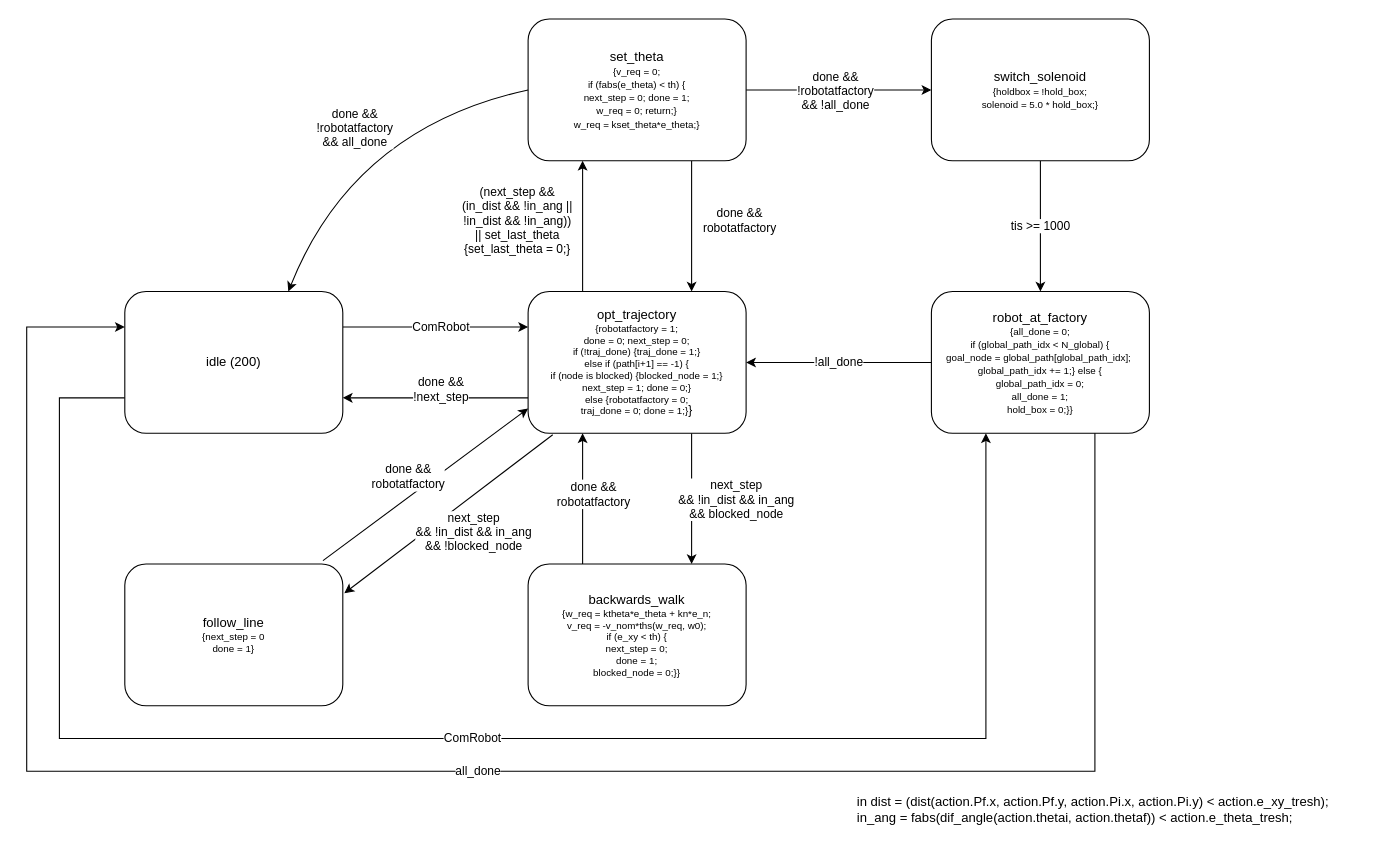
This is maquina_de_estados.drawio from sergisousa/Robotica2026, a draw.io file, before an edit. Source tidied: cells renumbered, new cells numbered last; positions are measured from the earlier drawing's top-left corner, leaving out a move shared by most shapes. Both pictures are drawn from the tidied source at 109%, with x=0, y=0 at pixel (26, 19).
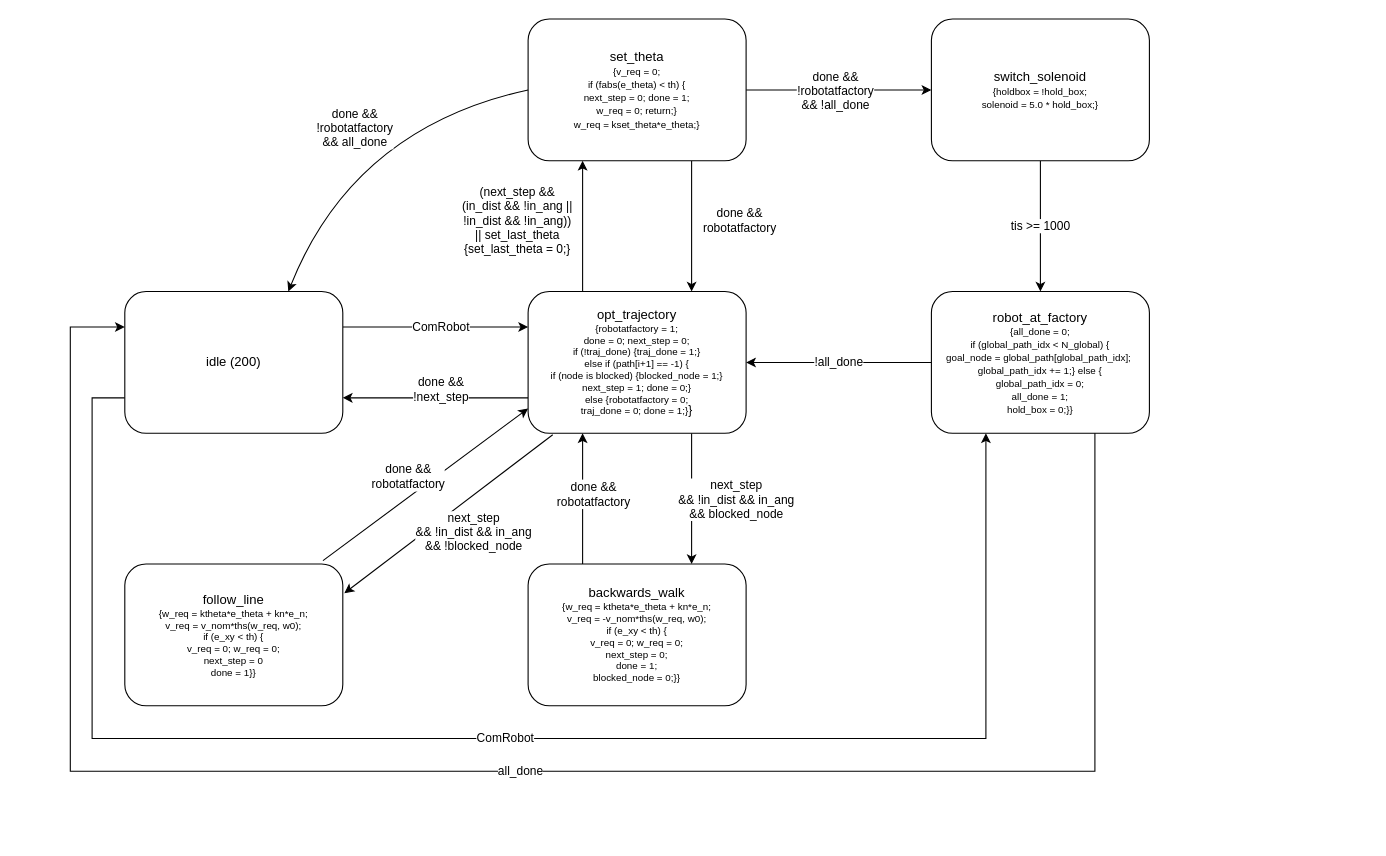
The same diagram, later.

Commit message:
pequenas mudanças no esquema da maquina de estados

The change refers to these unchanged cells:
```xml
<mxCell id="17" value="idle (200)" style="rounded=1;whiteSpace=wrap;html=1;" parent="1" vertex="1">
  <mxGeometry x="90" y="250" width="200" height="130" as="geometry" />
</mxCell>
<mxCell id="22" value="&lt;div style=&quot;line-height: 100%;&quot;&gt;&lt;div&gt;&lt;font style=&quot;line-height: 100%;&quot;&gt;robot_at_factory&lt;/font&gt;&lt;/div&gt;&lt;div&gt;&lt;font style=&quot;font-size: 9px; line-height: 100%;&quot;&gt;{all_done = 0&lt;span style=&quot;white-space: pre;&quot;&gt;;&lt;/span&gt;&lt;/font&gt;&lt;/div&gt;&lt;div&gt;&lt;font style=&quot;font-size: 9px; line-height: 100%;&quot;&gt;&lt;span style=&quot;white-space: pre;&quot;&gt;if&lt;span style=&quot;&quot;&gt; (&lt;span style=&quot;&quot;&gt;global_path_idx&lt;span style=&quot;&quot;&gt; &lt;span style=&quot;&quot;&gt;&amp;lt;&lt;span style=&quot;&quot;&gt; N_global&lt;span style=&quot;&quot;&gt;&lt;span style=&quot;&quot;&gt;) &lt;span style=&quot;&quot;&gt;{&lt;/span&gt;&lt;/span&gt;&lt;/span&gt;&lt;/span&gt;&lt;/span&gt;&lt;/span&gt;&lt;/span&gt;&lt;/span&gt;&lt;/span&gt;&lt;/font&gt;&lt;/div&gt;&lt;div&gt;&lt;font style=&quot;font-size: 9px; line-height: 100%;&quot;&gt;&lt;span style=&quot;white-space: pre;&quot;&gt;goal_node&lt;span style=&quot;&quot;&gt; &lt;span style=&quot;&quot;&gt;=&lt;span style=&quot;&quot;&gt; &lt;span style=&quot;&quot;&gt;global_path&lt;span style=&quot;&quot;&gt;[&lt;span style=&quot;&quot;&gt;global_path_idx&lt;span style=&quot;&quot;&gt;&lt;span style=&quot;&quot;&gt;&lt;span style=&quot;&quot;&gt;&lt;span style=&quot;&quot;&gt;&lt;span style=&quot;&quot;&gt;]; &lt;/span&gt;&lt;/span&gt;&lt;/span&gt;&lt;/span&gt;&lt;/span&gt;&lt;/span&gt;&lt;/span&gt;&lt;/span&gt;&lt;/span&gt;&lt;/span&gt;&lt;/span&gt;&lt;/span&gt;&lt;/font&gt;&lt;/div&gt;&lt;div&gt;&lt;font style=&quot;font-size: 9px; line-height: 100%;&quot;&gt;&lt;span style=&quot;white-space: pre;&quot;&gt;global_path_idx&lt;span style=&quot;&quot;&gt; &lt;span style=&quot;&quot;&gt;+=&lt;span style=&quot;&quot;&gt; &lt;span style=&quot;&quot;&gt;1&lt;span style=&quot;&quot;&gt;;&lt;/span&gt;&lt;/span&gt;&lt;/span&gt;&lt;/span&gt;&lt;/span&gt;}&lt;span style=&quot;&quot;&gt; &lt;span style=&quot;&quot;&gt;else&lt;span style=&quot;&quot;&gt; &lt;span style=&quot;&quot;&gt;{&lt;/span&gt;&lt;/span&gt;&lt;/span&gt;&lt;/span&gt;&lt;/span&gt;&lt;/font&gt;&lt;/div&gt;&lt;div&gt;&lt;font style=&quot;font-size: 9px; line-height: 100%;&quot;&gt;&lt;span style=&quot;white-space: pre;&quot;&gt;global_path_idx&lt;span style=&quot;&quot;&gt; &lt;span style=&quot;&quot;&gt;=&lt;span style=&quot;&quot;&gt; &lt;span style=&quot;&quot;&gt;0;&lt;/span&gt;&lt;/span&gt;&lt;/span&gt;&lt;/span&gt;&lt;/span&gt;&lt;/font&gt;&lt;/div&gt;&lt;div&gt;&lt;font style=&quot;font-size: 9px; line-height: 100%;&quot;&gt;&lt;span style=&quot;white-space: pre;&quot;&gt;all_done = 1&lt;span style=&quot;&quot;&gt;&lt;span style=&quot;&quot;&gt;&lt;span style=&quot;&quot;&gt;&lt;span style=&quot;&quot;&gt;&lt;span style=&quot;&quot;&gt;;&lt;/span&gt;&lt;/span&gt;&lt;/span&gt;&lt;/span&gt;&lt;/span&gt;&lt;/span&gt;&lt;/font&gt;&lt;font style=&quot;font-size: 9px; line-height: 100%; white-space: pre;&quot;&gt;&lt;span style=&quot;&quot;&gt;&lt;br&gt;&lt;/span&gt;&lt;/font&gt;&lt;/div&gt;&lt;div&gt;&lt;font style=&quot;font-size: 9px; line-height: 100%; white-space: pre;&quot;&gt;&lt;span style=&quot;&quot;&gt;hold_box = 0;}&lt;/span&gt;&lt;span style=&quot;white-space: normal&quot;&gt;}&lt;/span&gt;&lt;/font&gt;&lt;/div&gt;&lt;/div&gt;" style="rounded=1;whiteSpace=wrap;html=1;fontColor=light-dark(#000000,#FFFFFF);" parent="1" vertex="1">
  <mxGeometry x="830" y="250" width="200" height="130" as="geometry" />
</mxCell>
```

The edit, as a diff of the source:
```diff
@@
-    <mxCell id="8" value="&lt;div style=&quot;line-height: 90%;&quot;&gt;&lt;div style=&quot;line-height: 110%;&quot;&gt;&lt;div style=&quot;line-height: 90%;&quot;&gt;&lt;div&gt;&lt;div&gt;&lt;div style=&quot;line-height: 110%;&quot;&gt;backwards_walk&lt;/div&gt;&lt;div&gt;&lt;font style=&quot;font-size: 9px; line-height: 90%;&quot;&gt;{w_req = ktheta*e_theta + kn*e_n;&lt;/font&gt;&lt;/div&gt;&lt;div&gt;&lt;font style=&quot;font-size: 9px; line-height: 90%;&quot;&gt;v_req = -v_nom*ths(w_req, w0);&lt;/font&gt;&lt;/div&gt;&lt;div&gt;&lt;font style=&quot;font-size: 9px; line-height: 90%;&quot;&gt;if (e_xy &amp;lt; th) {&lt;/font&gt;&lt;/div&gt;&lt;div&gt;&lt;font style=&quot;font-size: 9px; line-height: 90%;&quot;&gt;next_step = 0;&lt;/font&gt;&lt;/div&gt;&lt;div&gt;&lt;font style=&quot;font-size: 9px; line-height: 90%;&quot;&gt;done = 1;&lt;/font&gt;&lt;/div&gt;&lt;div&gt;&lt;font style=&quot;font-size: 9px; line-height: 90%;&quot;&gt;blocked_node = 0;}}&lt;/font&gt;&lt;/div&gt;&lt;/div&gt;&lt;/div&gt;&lt;/div&gt;&lt;/div&gt;&lt;/div&gt;" style="rounded=1;whiteSpace=wrap;html=1;" parent="1" vertex="1">
+    <mxCell id="8" value="&lt;div style=&quot;line-height: 90%;&quot;&gt;&lt;div style=&quot;line-height: 110%;&quot;&gt;&lt;div style=&quot;line-height: 90%;&quot;&gt;&lt;div&gt;&lt;div&gt;&lt;div style=&quot;line-height: 110%;&quot;&gt;backwards_walk&lt;/div&gt;&lt;div&gt;&lt;font style=&quot;font-size: 9px; line-height: 90%;&quot;&gt;{w_req = ktheta*e_theta + kn*e_n;&lt;/font&gt;&lt;/div&gt;&lt;div&gt;&lt;font style=&quot;font-size: 9px; line-height: 90%;&quot;&gt;v_req = -v_nom*ths(w_req, w0);&lt;/font&gt;&lt;/div&gt;&lt;div&gt;&lt;font style=&quot;font-size: 9px; line-height: 90%;&quot;&gt;if (e_xy &amp;lt; th) {&lt;/font&gt;&lt;/div&gt;&lt;div&gt;&lt;font style=&quot;font-size: 9px; line-height: 90%;&quot;&gt;v_req = 0; w_req = 0;&lt;/font&gt;&lt;/div&gt;&lt;div&gt;&lt;font style=&quot;font-size: 9px; line-height: 90%;&quot;&gt;next_step = 0;&lt;/font&gt;&lt;/div&gt;&lt;div&gt;&lt;font style=&quot;font-size: 9px; line-height: 90%;&quot;&gt;done = 1;&lt;/font&gt;&lt;/div&gt;&lt;div&gt;&lt;font style=&quot;font-size: 9px; line-height: 90%;&quot;&gt;blocked_node = 0;}}&lt;/font&gt;&lt;/div&gt;&lt;/div&gt;&lt;/div&gt;&lt;/div&gt;&lt;/div&gt;&lt;/div&gt;" style="rounded=1;whiteSpace=wrap;html=1;" parent="1" vertex="1">
       <mxGeometry x="460" y="500" width="200" height="130" as="geometry" />
     </mxCell>
-    <mxCell id="9" value="&lt;div style=&quot;line-height: 90%;&quot;&gt;&lt;div style=&quot;line-height: 110%;&quot;&gt;follow_line&lt;/div&gt;&lt;div&gt;&lt;font style=&quot;font-size: 9px; line-height: 90%;&quot;&gt;{next_step = 0&lt;/font&gt;&lt;/div&gt;&lt;div&gt;&lt;font style=&quot;font-size: 9px; line-height: 90%;&quot;&gt;done = 1}&lt;/font&gt;&lt;/div&gt;&lt;/div&gt;" style="rounded=1;whiteSpace=wrap;html=1;" parent="1" vertex="1">
+    <mxCell id="9" value="&lt;div style=&quot;line-height: 90%;&quot;&gt;&lt;div style=&quot;line-height: 110%;&quot;&gt;follow_line&lt;/div&gt;&lt;div&gt;&lt;font style=&quot;font-size: 9px; line-height: 90%;&quot;&gt;{&lt;/font&gt;&lt;font style=&quot;font-size: 9px; line-height: 90%;&quot;&gt;w_req = ktheta*e_theta + kn*e_n;&lt;/font&gt;&lt;/div&gt;&lt;div&gt;&lt;font style=&quot;font-size: 9px; line-height: 90%;&quot;&gt;v_req = v_nom*ths(w_req, w0);&lt;/font&gt;&lt;/div&gt;&lt;div&gt;&lt;font style=&quot;font-size: 9px; line-height: 90%;&quot;&gt;if (e_xy &amp;lt; th) {&lt;/font&gt;&lt;/div&gt;&lt;div&gt;&lt;font style=&quot;font-size: 9px; line-height: 90%;&quot;&gt;v_req = 0; w_req = 0;&lt;/font&gt;&lt;/div&gt;&lt;div&gt;&lt;font style=&quot;font-size: 9px; line-height: 90%;&quot;&gt;next_step = 0&lt;/font&gt;&lt;/div&gt;&lt;div&gt;&lt;font style=&quot;font-size: 9px; line-height: 90%;&quot;&gt;done = 1}}&lt;/font&gt;&lt;/div&gt;&lt;/div&gt;" style="rounded=1;whiteSpace=wrap;html=1;" parent="1" vertex="1">
       <mxGeometry x="90" y="500" width="200" height="130" as="geometry" />
     </mxCell>
@@
-    <mxCell id="14" value="&lt;div&gt;&lt;span style=&quot;&quot;&gt;in dist =&amp;nbsp;&lt;font style=&quot;font-size: 12px; white-space: pre;&quot;&gt;&lt;span style=&quot;&quot;&gt;&lt;span style=&quot;&quot;&gt;&lt;span style=&quot;&quot;&gt;(&lt;/span&gt;&lt;/span&gt;&lt;/span&gt;&lt;span style=&quot;&quot;&gt;&lt;span style=&quot;&quot;&gt;dist&lt;/span&gt;&lt;/span&gt;&lt;span style=&quot;&quot;&gt;&lt;span style=&quot;&quot;&gt;&lt;span style=&quot;&quot;&gt;&lt;span style=&quot;&quot;&gt;(&lt;/span&gt;&lt;span style=&quot;&quot;&gt;action&lt;/span&gt;&lt;span style=&quot;&quot;&gt;.&lt;/span&gt;&lt;span style=&quot;&quot;&gt;Pf&lt;/span&gt;&lt;span style=&quot;&quot;&gt;.&lt;/span&gt;&lt;span style=&quot;&quot;&gt;x&lt;/span&gt;&lt;span style=&quot;&quot;&gt;, &lt;/span&gt;&lt;span style=&quot;&quot;&gt;action&lt;/span&gt;&lt;span style=&quot;&quot;&gt;.&lt;/span&gt;&lt;span style=&quot;&quot;&gt;Pf&lt;/span&gt;&lt;span style=&quot;&quot;&gt;.&lt;/span&gt;&lt;span style=&quot;&quot;&gt;y&lt;/span&gt;&lt;span style=&quot;&quot;&gt;, &lt;/span&gt;&lt;span style=&quot;&quot;&gt;action&lt;/span&gt;&lt;span style=&quot;&quot;&gt;.&lt;/span&gt;&lt;span style=&quot;&quot;&gt;Pi&lt;/span&gt;&lt;span style=&quot;&quot;&gt;.&lt;/span&gt;&lt;span style=&quot;&quot;&gt;x&lt;/span&gt;&lt;span style=&quot;&quot;&gt;, &lt;/span&gt;&lt;span style=&quot;&quot;&gt;action&lt;/span&gt;&lt;span style=&quot;&quot;&gt;.&lt;/span&gt;&lt;span style=&quot;&quot;&gt;Pi&lt;/span&gt;&lt;span style=&quot;&quot;&gt;.&lt;/span&gt;&lt;span style=&quot;&quot;&gt;y&lt;/span&gt;&lt;span style=&quot;&quot;&gt;) &lt;/span&gt;&lt;span style=&quot;&quot;&gt;&amp;lt;&lt;/span&gt;&lt;span style=&quot;&quot;&gt; &lt;/span&gt;&lt;span style=&quot;&quot;&gt;action&lt;/span&gt;&lt;span style=&quot;&quot;&gt;.&lt;/span&gt;&lt;span style=&quot;&quot;&gt;e_xy_tresh)&lt;/span&gt;&lt;/span&gt;&lt;/span&gt;&lt;/span&gt;&lt;span style=&quot;&quot;&gt;&lt;span style=&quot;&quot;&gt;&lt;span style=&quot;&quot;&gt;;&lt;/span&gt;&lt;/span&gt;&lt;/span&gt;&lt;/font&gt;&lt;/span&gt;&lt;/div&gt;&lt;div&gt;&lt;font style=&quot;font-size: 12px; white-space: pre;&quot;&gt;&lt;span style=&quot;&quot;&gt;&lt;span style=&quot;&quot;&gt;&lt;span style=&quot;&quot;&gt;&lt;span style=&quot;&quot;&gt;in_ang =&lt;/span&gt;&lt;/span&gt;&lt;/span&gt;&lt;/span&gt;&lt;span style=&quot;&quot;&gt;&lt;span style=&quot;&quot;&gt;&lt;span style=&quot;&quot;&gt; &lt;/span&gt;&lt;/span&gt;&lt;/span&gt;&lt;/font&gt;&lt;font style=&quot;font-size: 12px; white-space: pre;&quot;&gt;&lt;span style=&quot;&quot;&gt;fabs&lt;/span&gt;&lt;span style=&quot;&quot;&gt;(&lt;/span&gt;&lt;span style=&quot;&quot;&gt;dif_angle&lt;/span&gt;&lt;span style=&quot;&quot;&gt;&lt;span style=&quot;&quot;&gt;(&lt;/span&gt;&lt;span style=&quot;&quot;&gt;action&lt;/span&gt;&lt;span style=&quot;&quot;&gt;.&lt;/span&gt;&lt;span style=&quot;&quot;&gt;thetai&lt;/span&gt;&lt;span style=&quot;&quot;&gt;, &lt;/span&gt;&lt;span style=&quot;&quot;&gt;action&lt;/span&gt;&lt;span style=&quot;&quot;&gt;.&lt;/span&gt;&lt;span style=&quot;&quot;&gt;thetaf&lt;/span&gt;&lt;span style=&quot;&quot;&gt;)) &lt;/span&gt;&lt;span style=&quot;&quot;&gt;&amp;lt;&lt;/span&gt;&lt;span style=&quot;&quot;&gt; &lt;/span&gt;&lt;span style=&quot;&quot;&gt;action&lt;/span&gt;&lt;span style=&quot;&quot;&gt;.&lt;/span&gt;&lt;span style=&quot;&quot;&gt;e_theta_tresh;&lt;/span&gt;&lt;/span&gt;&lt;/font&gt;&lt;/div&gt;" style="text;html=1;whiteSpace=wrap;strokeColor=none;fillColor=none;align=left;verticalAlign=middle;rounded=0;fontColor=light-dark(#000000,#FFFFFF);" parent="1" vertex="1">
-      <mxGeometry x="760" y="700" width="470" height="50" as="geometry" />
-    </mxCell>
@@
     <mxCell id="16" value="ComRobot" style="edgeStyle=orthogonalEdgeStyle;rounded=0;jettySize=auto;html=1;exitX=0;exitY=0.75;exitDx=0;exitDy=0;entryX=0.25;entryY=1;entryDx=0;entryDy=0;" parent="1" edge="1" source="17" target="22">
       <mxGeometry relative="1" as="geometry">
         <Array as="points">
-          <mxPoint x="30" y="348" />
-          <mxPoint x="30" y="660" />
+          <mxPoint x="60" y="348" />
+          <mxPoint x="60" y="660" />
           <mxPoint x="880" y="660" />
         </Array>
       </mxGeometry>
     </mxCell>
@@
     <mxCell id="25" value="all_done" style="edgeStyle=orthogonalEdgeStyle;rounded=0;jettySize=auto;html=1;entryX=0;entryY=0.25;entryDx=0;entryDy=0;exitX=0.75;exitY=1;exitDx=0;exitDy=0;" parent="1" edge="1" source="22" target="17">
       <mxGeometry x="-0.02" relative="1" as="geometry">
         <Array as="points">
           <mxPoint x="980" y="690" />
-          <mxPoint y="690" />
-          <mxPoint y="283" />
+          <mxPoint x="40" y="690" />
+          <mxPoint x="40" y="283" />
         </Array>
       </mxGeometry>
     </mxCell>
```
